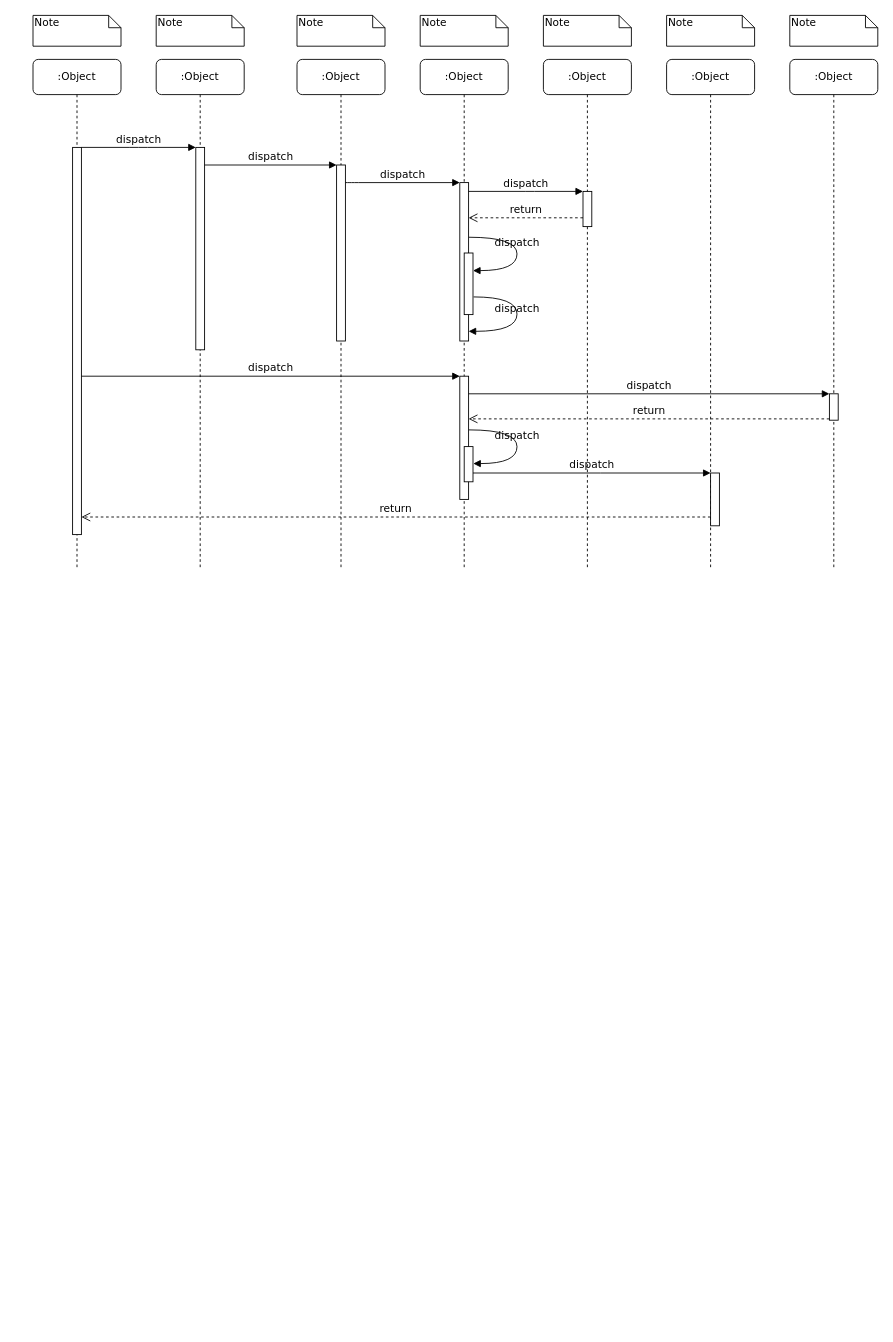
Above: Untitled Diagram.drawio in songyibo2019/mydiagrams (draw.io), before the change. Source tidied: cells renumbered, new cells numbered last; positions are measured from the earlier drawing's top-left corner, leaving out a move shared by most shapes. Both pictures are drawn from the tidied source at 88%, with x=0, y=0 at pixel (33, 15).
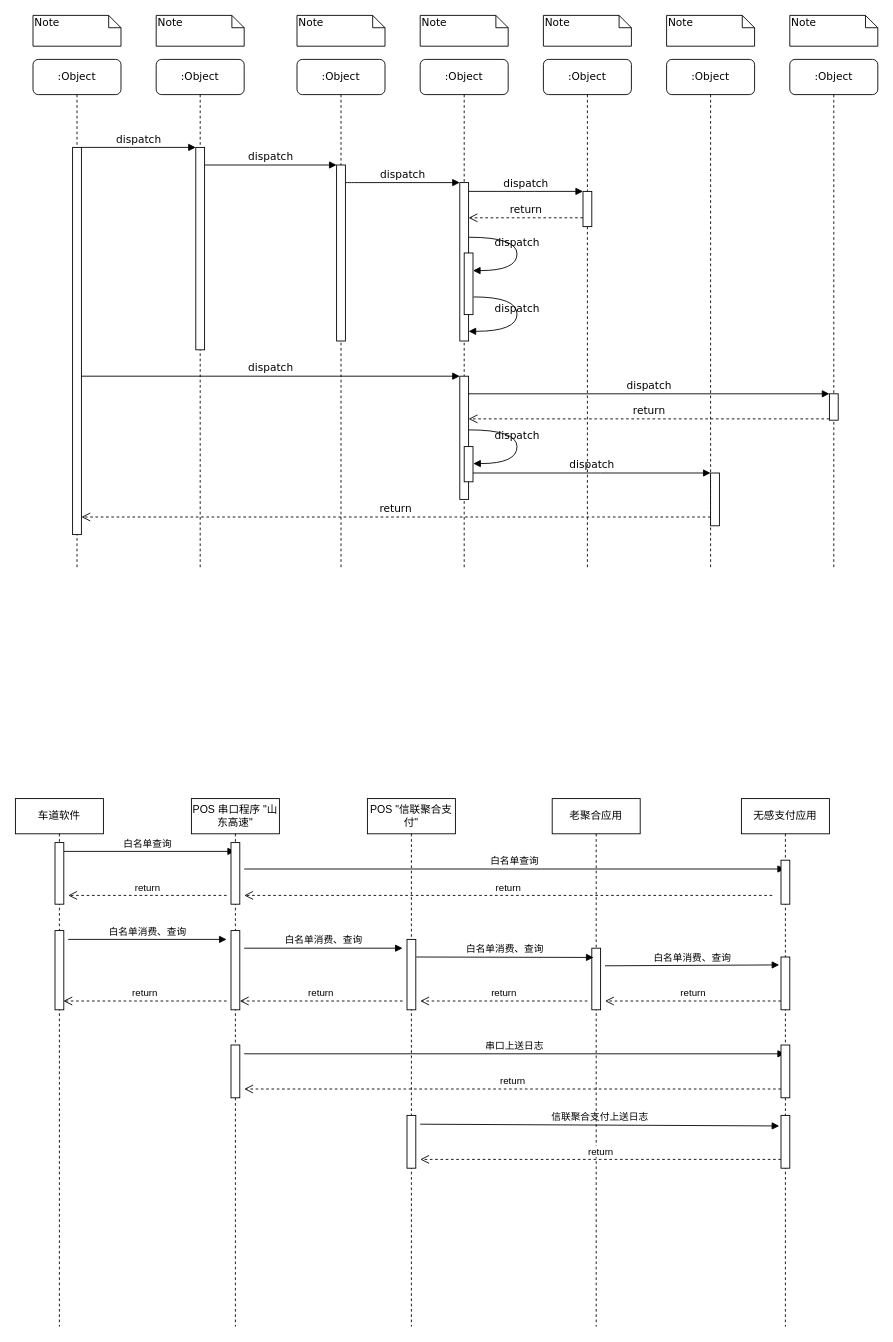
The same page after the edit.

What changed in the source:
```diff
@@
+    <mxCell id="39" value="车道软件" style="shape=umlLifeline;perimeter=lifelinePerimeter;whiteSpace=wrap;html=1;" parent="1" vertex="1">
+      <mxGeometry x="-20" y="890" width="100" height="600" as="geometry" />
+    </mxCell>
+    <mxCell id="40" value="白名单查询" style="html=1;verticalAlign=bottom;endArrow=block;rounded=0;" parent="39" edge="1" target="44">
+      <mxGeometry relative="1" as="geometry">
+        <mxPoint x="50" y="60" as="sourcePoint" />
+      </mxGeometry>
+    </mxCell>
+    <mxCell id="41" style="html=1;perimeter=orthogonalPerimeter;" parent="39" vertex="1">
+      <mxGeometry x="45" y="50" width="10" height="70" as="geometry" />
+    </mxCell>
+    <mxCell id="42" style="html=1;perimeter=orthogonalPerimeter;" parent="39" vertex="1">
+      <mxGeometry x="45" y="150" width="10" height="90" as="geometry" />
+    </mxCell>
+    <mxCell id="43" value="白名单消费、查询" style="html=1;verticalAlign=bottom;endArrow=block;rounded=0;" parent="39" edge="1">
+      <mxGeometry relative="1" as="geometry">
+        <mxPoint x="60" y="160" as="sourcePoint" />
+        <mxPoint x="240" y="160" as="targetPoint" />
+      </mxGeometry>
+    </mxCell>
+    <mxCell id="44" value="POS 串口程序 &quot;山东高速&quot;" style="shape=umlLifeline;perimeter=lifelinePerimeter;whiteSpace=wrap;html=1;outlineConnect=0;" parent="1" vertex="1">
+      <mxGeometry x="180" y="890" width="100" height="600" as="geometry" />
+    </mxCell>
+    <mxCell id="45" style="html=1;perimeter=orthogonalPerimeter;" parent="44" vertex="1">
+      <mxGeometry x="45" y="150" width="10" height="90" as="geometry" />
+    </mxCell>
+    <mxCell id="46" style="html=1;perimeter=orthogonalPerimeter;" parent="44" vertex="1">
+      <mxGeometry x="45" y="280" width="10" height="60" as="geometry" />
+    </mxCell>
+    <mxCell id="47" value="白名单查询" style="html=1;verticalAlign=bottom;endArrow=block;rounded=0;" parent="44" edge="1" target="57">
+      <mxGeometry relative="1" as="geometry">
+        <mxPoint x="60" y="80" as="sourcePoint" />
+      </mxGeometry>
+    </mxCell>
+    <mxCell id="48" value="白名单消费、查询" style="html=1;verticalAlign=bottom;endArrow=block;rounded=0;" parent="44" edge="1">
+      <mxGeometry relative="1" as="geometry">
+        <mxPoint x="60" y="170" as="sourcePoint" />
+        <mxPoint x="240" y="170" as="targetPoint" />
+      </mxGeometry>
+    </mxCell>
+    <mxCell id="49" value="串口上送日志" style="html=1;verticalAlign=bottom;endArrow=block;rounded=0;" parent="44" edge="1" target="57">
+      <mxGeometry relative="1" as="geometry">
+        <mxPoint x="60" y="290" as="sourcePoint" />
+      </mxGeometry>
+    </mxCell>
+    <mxCell id="50" value="POS &quot;信联聚合支付&quot;" style="shape=umlLifeline;perimeter=lifelinePerimeter;whiteSpace=wrap;html=1;" parent="1" vertex="1">
+      <mxGeometry x="380" y="890" width="100" height="600" as="geometry" />
+    </mxCell>
+    <mxCell id="51" style="html=1;perimeter=orthogonalPerimeter;" parent="50" vertex="1">
+      <mxGeometry x="45" y="160" width="10" height="80" as="geometry" />
+    </mxCell>
+    <mxCell id="52" style="html=1;perimeter=orthogonalPerimeter;" parent="50" vertex="1">
+      <mxGeometry x="45" y="360" width="10" height="60" as="geometry" />
+    </mxCell>
+    <mxCell id="53" value="信联聚合支付上送日志" style="html=1;verticalAlign=bottom;endArrow=block;rounded=0;entryX=-0.2;entryY=0.2;entryDx=0;entryDy=0;entryPerimeter=0;" parent="50" edge="1" target="62">
+      <mxGeometry relative="1" as="geometry">
+        <mxPoint x="60" y="370" as="sourcePoint" />
+      </mxGeometry>
+    </mxCell>
+    <mxCell id="54" value="老聚合应用" style="shape=umlLifeline;perimeter=lifelinePerimeter;whiteSpace=wrap;html=1;" parent="1" vertex="1">
+      <mxGeometry x="590" y="890" width="100" height="600" as="geometry" />
+    </mxCell>
+    <mxCell id="55" style="html=1;points=[];perimeter=orthogonalPerimeter;" parent="54" vertex="1">
+      <mxGeometry x="45" y="170" width="10" height="70" as="geometry" />
+    </mxCell>
+    <mxCell id="56" value="白名单消费、查询" style="html=1;verticalAlign=bottom;endArrow=block;rounded=0;entryX=-0.2;entryY=0.15;entryDx=0;entryDy=0;entryPerimeter=0;" parent="54" edge="1" target="59">
+      <mxGeometry relative="1" as="geometry">
+        <mxPoint x="60" y="190" as="sourcePoint" />
+      </mxGeometry>
+    </mxCell>
+    <mxCell id="57" value="无感支付应用" style="shape=umlLifeline;perimeter=lifelinePerimeter;whiteSpace=wrap;html=1;outlineConnect=0;" parent="1" vertex="1">
+      <mxGeometry x="805" y="890" width="100" height="600" as="geometry" />
+    </mxCell>
+    <mxCell id="58" style="html=1;perimeter=orthogonalPerimeter;" parent="57" vertex="1">
+      <mxGeometry x="45" y="70" width="10" height="50" as="geometry" />
+    </mxCell>
+    <mxCell id="59" style="html=1;points=[];perimeter=orthogonalPerimeter;" parent="57" vertex="1">
+      <mxGeometry x="45" y="180" width="10" height="60" as="geometry" />
+    </mxCell>
+    <mxCell id="60" style="html=1;perimeter=orthogonalPerimeter;" parent="57" vertex="1">
+      <mxGeometry x="45" y="280" width="10" height="60" as="geometry" />
+    </mxCell>
+    <mxCell id="61" value="return" style="html=1;verticalAlign=bottom;endArrow=open;dashed=1;endSize=8;rounded=0;" parent="57" edge="1">
+      <mxGeometry relative="1" as="geometry">
+        <mxPoint x="45" y="330" as="sourcePoint" />
+        <mxPoint x="-565" y="330" as="targetPoint" />
+      </mxGeometry>
+    </mxCell>
+    <mxCell id="62" style="html=1;points=[];perimeter=orthogonalPerimeter;" parent="57" vertex="1">
+      <mxGeometry x="45" y="360" width="10" height="60" as="geometry" />
+    </mxCell>
+    <mxCell id="63" style="html=1;perimeter=orthogonalPerimeter;" parent="1" vertex="1">
+      <mxGeometry x="225" y="940" width="10" height="70" as="geometry" />
+    </mxCell>
+    <mxCell id="64" value="return" style="html=1;verticalAlign=bottom;endArrow=open;dashed=1;endSize=8;rounded=0;" parent="1" edge="1">
+      <mxGeometry relative="1" as="geometry">
+        <mxPoint x="840" y="1000" as="sourcePoint" />
+        <mxPoint x="240" y="1000" as="targetPoint" />
+      </mxGeometry>
+    </mxCell>
+    <mxCell id="65" value="return" style="html=1;verticalAlign=bottom;endArrow=open;dashed=1;endSize=8;rounded=0;" parent="1" edge="1">
+      <mxGeometry relative="1" as="geometry">
+        <mxPoint x="220" y="1000" as="sourcePoint" />
+        <mxPoint x="40" y="1000" as="targetPoint" />
+      </mxGeometry>
+    </mxCell>
+    <mxCell id="66" value="白名单消费、查询" style="html=1;verticalAlign=bottom;endArrow=block;rounded=0;entryX=0.2;entryY=0.15;entryDx=0;entryDy=0;entryPerimeter=0;" parent="1" edge="1" target="55">
+      <mxGeometry relative="1" as="geometry">
+        <mxPoint x="435.5" y="1070" as="sourcePoint" />
+      </mxGeometry>
+    </mxCell>
+    <mxCell id="67" value="return" style="html=1;verticalAlign=bottom;endArrow=open;dashed=1;endSize=8;rounded=0;" parent="1" edge="1">
+      <mxGeometry relative="1" as="geometry">
+        <mxPoint x="850" y="1120" as="sourcePoint" />
+        <mxPoint x="650" y="1120" as="targetPoint" />
+      </mxGeometry>
+    </mxCell>
+    <mxCell id="68" value="return" style="html=1;verticalAlign=bottom;endArrow=open;dashed=1;endSize=8;rounded=0;" parent="1" edge="1">
+      <mxGeometry relative="1" as="geometry">
+        <mxPoint x="630" y="1120" as="sourcePoint" />
+        <mxPoint x="440" y="1120" as="targetPoint" />
+      </mxGeometry>
+    </mxCell>
+    <mxCell id="69" value="return" style="html=1;verticalAlign=bottom;endArrow=open;dashed=1;endSize=8;rounded=0;" parent="1" edge="1">
+      <mxGeometry relative="1" as="geometry">
+        <mxPoint x="420" y="1120" as="sourcePoint" />
+        <mxPoint x="235" y="1120" as="targetPoint" />
+      </mxGeometry>
+    </mxCell>
+    <mxCell id="70" value="return" style="html=1;verticalAlign=bottom;endArrow=open;dashed=1;endSize=8;rounded=0;" parent="1" edge="1">
+      <mxGeometry relative="1" as="geometry">
+        <mxPoint x="220" y="1120" as="sourcePoint" />
+        <mxPoint x="34.5" y="1120" as="targetPoint" />
+      </mxGeometry>
+    </mxCell>
+    <mxCell id="71" value="return" style="html=1;verticalAlign=bottom;endArrow=open;dashed=1;endSize=8;rounded=0;exitX=0;exitY=0.833;exitDx=0;exitDy=0;exitPerimeter=0;" parent="1" edge="1" source="62">
+      <mxGeometry relative="1" as="geometry">
+        <mxPoint x="440" y="1300" as="targetPoint" />
+      </mxGeometry>
+    </mxCell>
```
